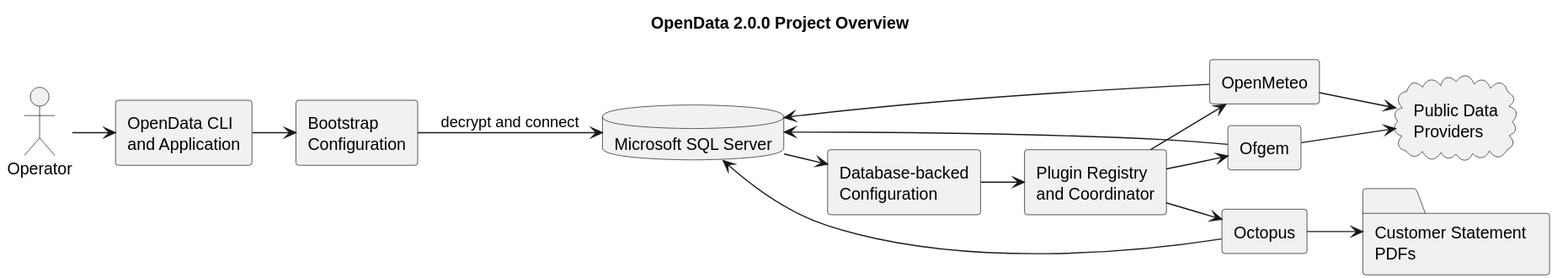
Before: docs/diagrams/generated/project-overview.svg, a diagram exported from PlantUML (TerryCurranZellis/OpenData). Its source is kept beside it as docs/diagrams/source/project-overview.puml.
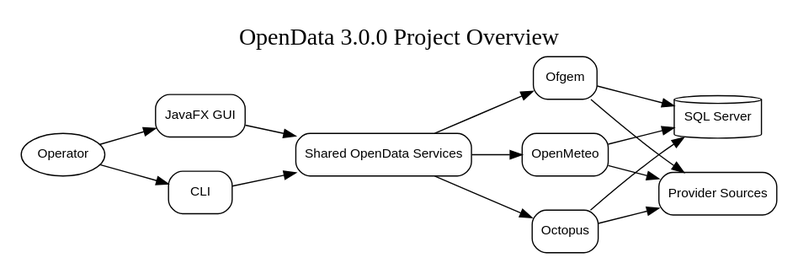
After the change.

What changed in the source:
```diff
@@ -1,34 +1,29 @@
 @startuml
 !pragma layout smetana
-title OpenData 2.0.0 Project Overview
+title OpenData 3.0.0 Project Overview
 left to right direction
 skinparam componentStyle rectangle
-skinparam shadowing false
-
 actor Operator
-component "OpenData CLI\nand Application" as App
-component "Bootstrap\nConfiguration" as Bootstrap
-component "Database-backed\nConfiguration" as Config
-component "Plugin Registry\nand Coordinator" as Framework
+component "JavaFX GUI" as GUI
+component "CLI" as CLI
+component "Shared OpenData Services" as Core
 component "Ofgem" as Ofgem
 component "OpenMeteo" as Meteo
 component "Octopus" as Octopus
-cloud "Public Data\nProviders" as Public
-folder "Customer Statement\nPDFs" as PDFs
-database "Microsoft SQL Server" as Db
+database "SQL Server" as DB
+cloud "Provider Sources" as Sources
 
-Operator --> App
-App --> Bootstrap
-Bootstrap --> Db : decrypt and connect
-Db --> Config
-Config --> Framework
-Framework --> Ofgem
-Framework --> Meteo
-Framework --> Octopus
-Ofgem --> Public
-Meteo --> Public
-Octopus --> PDFs
-Ofgem --> Db
-Meteo --> Db
-Octopus --> Db
+Operator --> GUI
+Operator --> CLI
+GUI --> Core
+CLI --> Core
+Core --> Ofgem
+Core --> Meteo
+Core --> Octopus
+Ofgem --> Sources
+Meteo --> Sources
+Octopus --> Sources
+Ofgem --> DB
+Meteo --> DB
+Octopus --> DB
 @enduml
```
